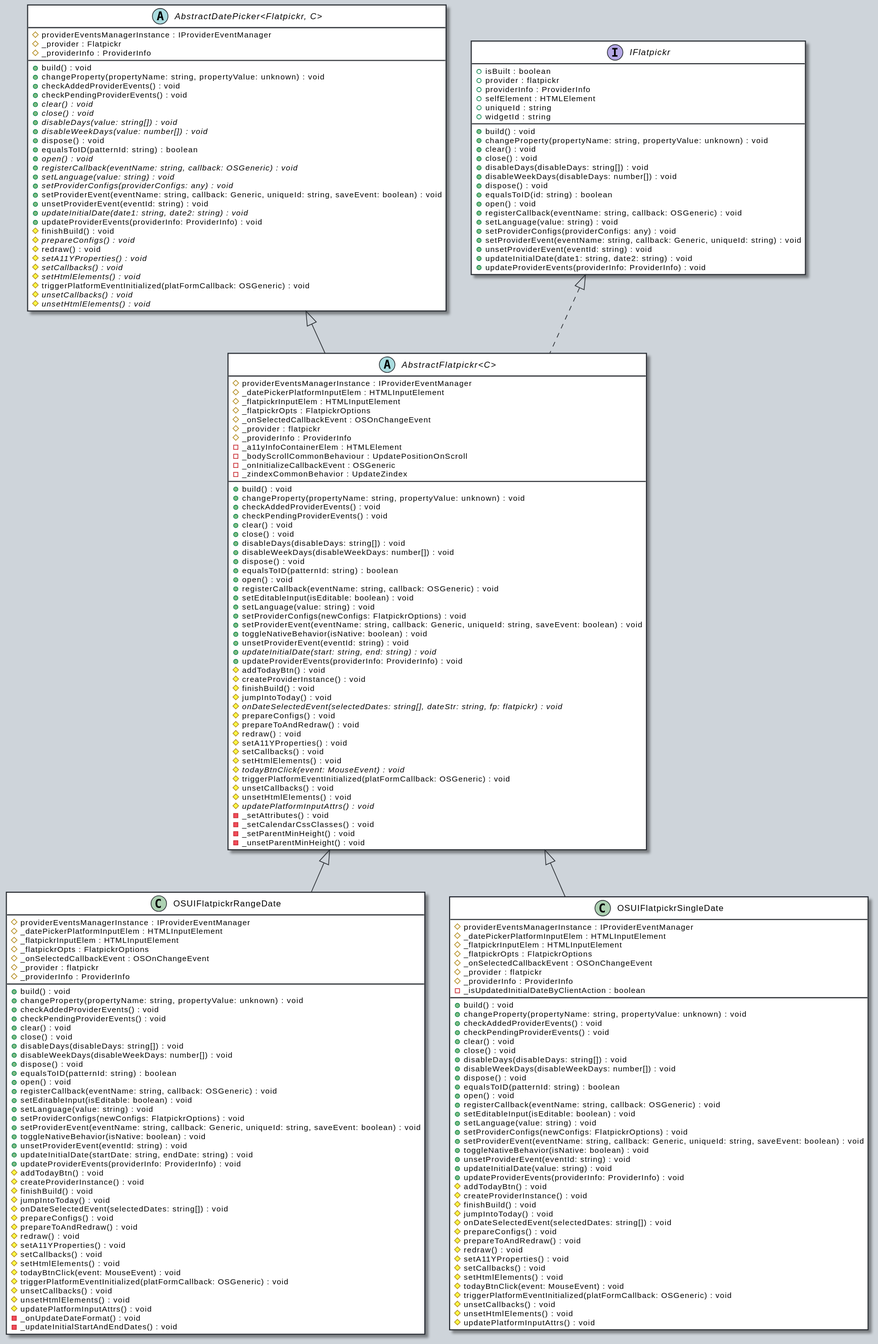
Earlier version of the PlantUML export docs/assets/AbstractFlatpickr-umlClassDiagram-9215.svg (OutSystems/outsystems-ui).
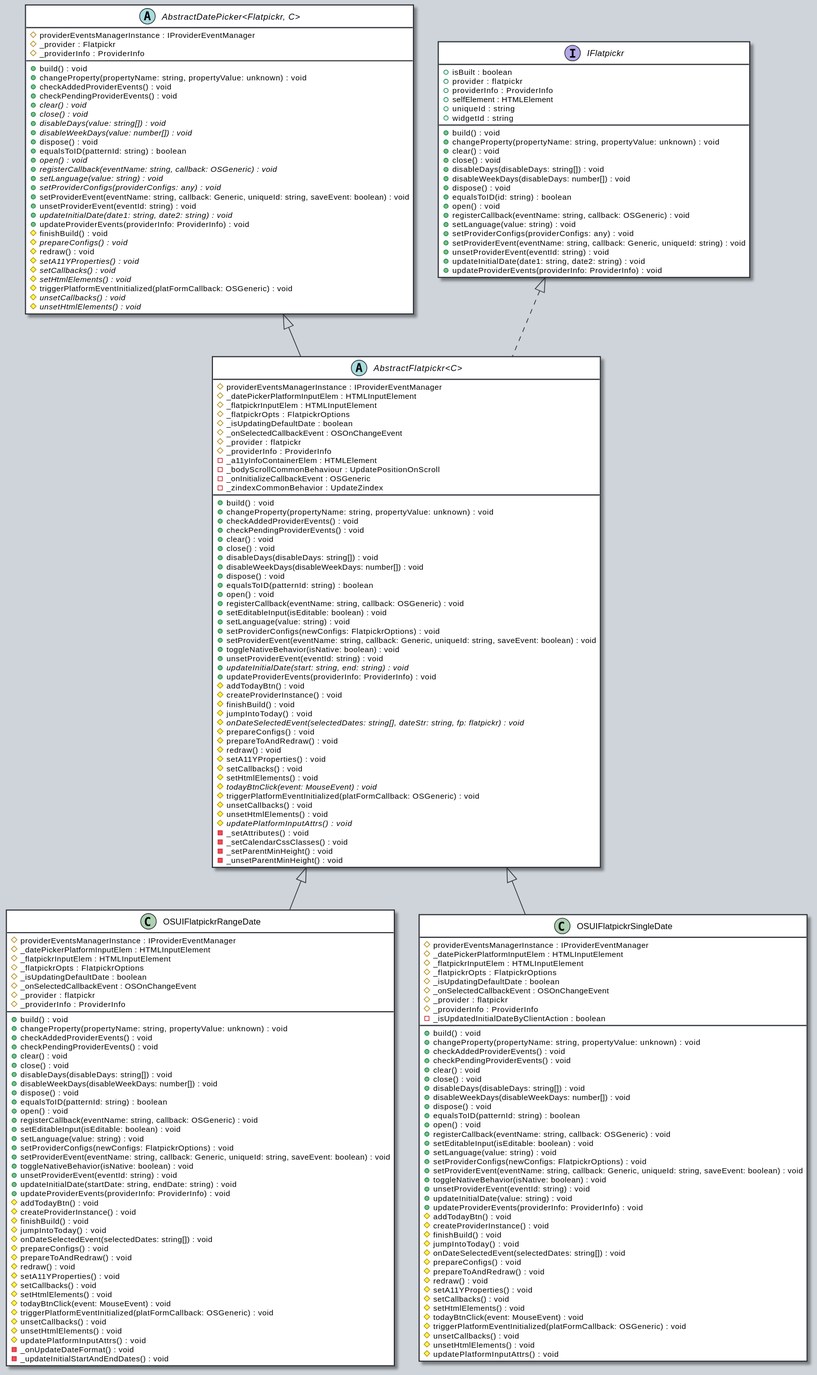
The same file after the commit.

Diff of the diagram source:
```diff
@@ -10,6 +10,7 @@
     #_datePickerPlatformInputElem : HTMLInputElement
     #_flatpickrInputElem : HTMLInputElement
     #_flatpickrOpts : FlatpickrOptions
+    #_isUpdatingDefaultDate : boolean
     #_onSelectedCallbackEvent : OSOnChangeEvent
     #_provider : flatpickr
     #_providerInfo : ProviderInfo
@@ -121,6 +122,7 @@
     #_datePickerPlatformInputElem : HTMLInputElement
     #_flatpickrInputElem : HTMLInputElement
     #_flatpickrOpts : FlatpickrOptions
+    #_isUpdatingDefaultDate : boolean
     #_onSelectedCallbackEvent : OSOnChangeEvent
     #_provider : flatpickr
     #_providerInfo : ProviderInfo
@@ -169,6 +171,7 @@
     #_datePickerPlatformInputElem : HTMLInputElement
     #_flatpickrInputElem : HTMLInputElement
     #_flatpickrOpts : FlatpickrOptions
+    #_isUpdatingDefaultDate : boolean
     #_onSelectedCallbackEvent : OSOnChangeEvent
     #_provider : flatpickr
     #_providerInfo : ProviderInfo
```
